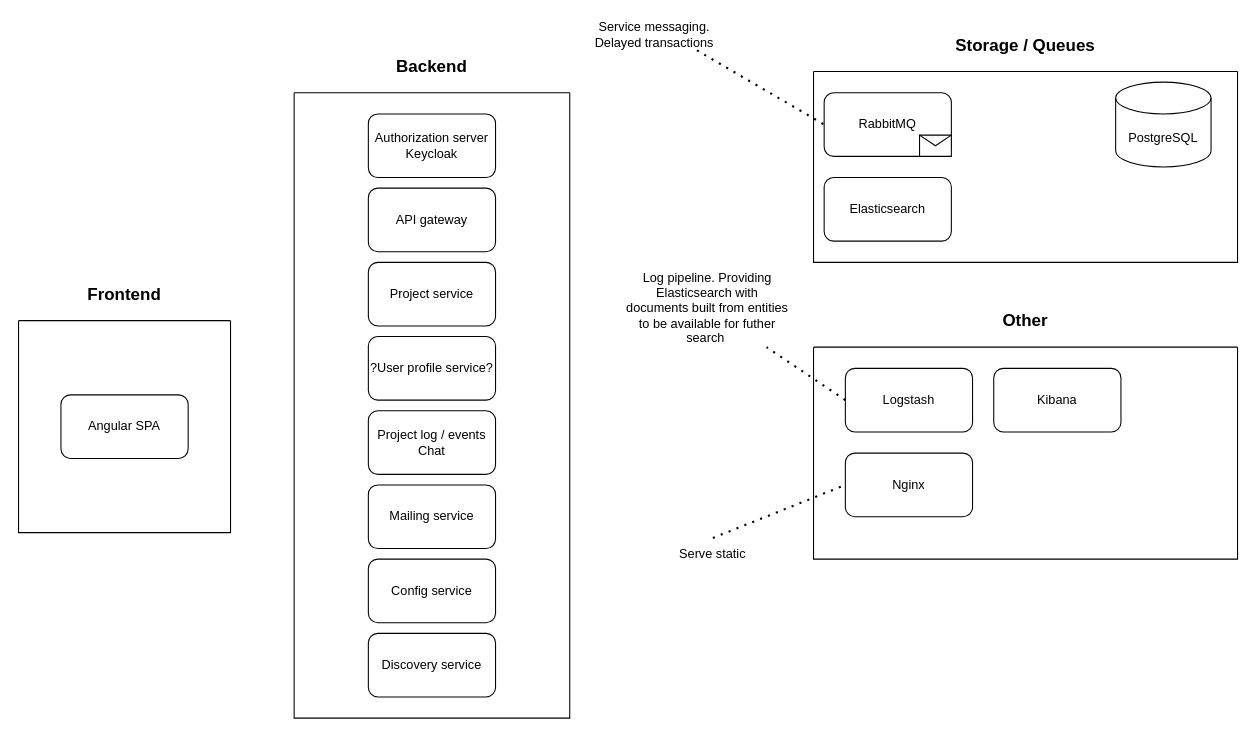
This is page "Tech stack" (2 of 7) of startup-team.drawio from wizewizzard/startup-team, a draw.io file, before an edit. Source tidied: cells renumbered, new cells numbered last; positions are measured from the earlier drawing's top-left corner, leaving out a move shared by most shapes. Both pictures are drawn from the tidied source at 106%, with x=0, y=0 at pixel (18, 18).
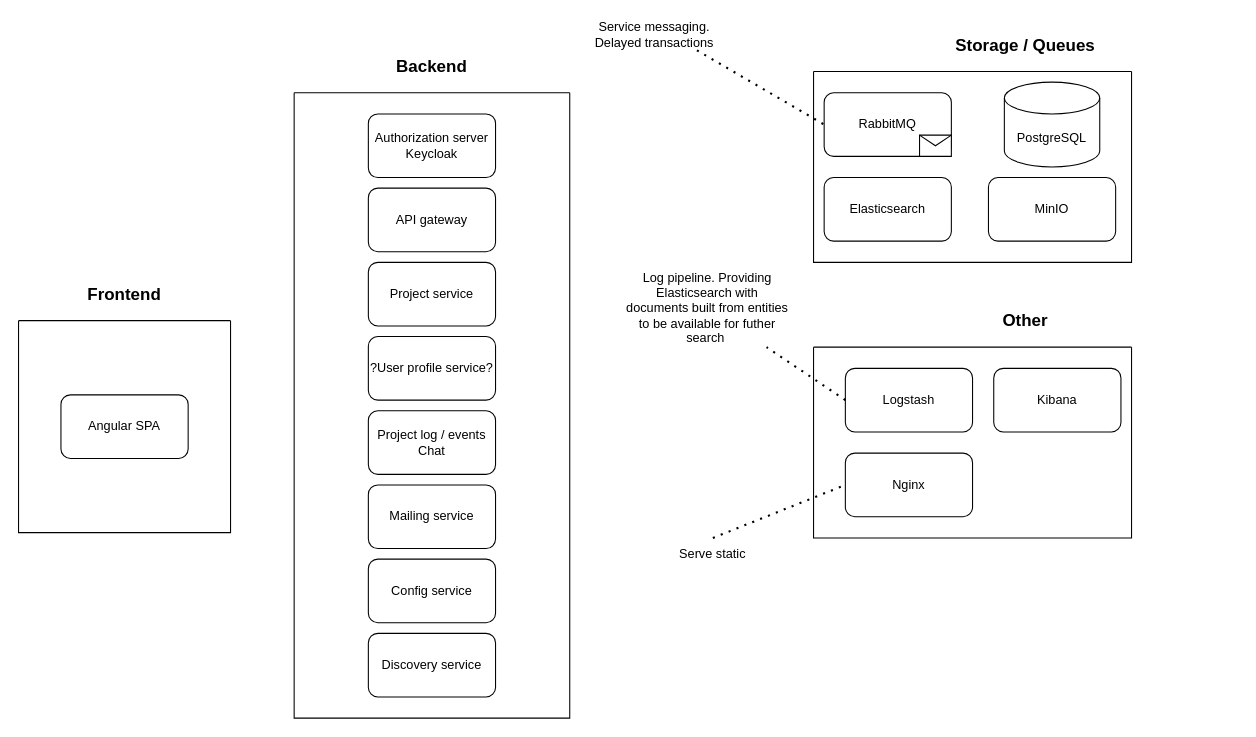
The same diagram, later.

The edit, as a diff of the source:
```diff
@@
     <mxCell id="15" style="swimlane;startSize=0;" parent="1" vertex="1">
-      <mxGeometry x="750" y="50" width="400" height="180" as="geometry" />
+      <mxGeometry x="750" y="50" width="300" height="180" as="geometry" />
     </mxCell>
@@
     <mxCell id="18" value="PostgreSQL" style="shape=cylinder3;whiteSpace=wrap;html=1;boundedLbl=1;backgroundOutline=1;size=15;" parent="15" vertex="1">
-      <mxGeometry x="285" y="10" width="90" height="80" as="geometry" />
+      <mxGeometry x="180" y="10" width="90" height="80" as="geometry" />
     </mxCell>
@@
+    <mxCell id="32" value="MinIO" style="rounded=1;whiteSpace=wrap;html=1;" parent="15" vertex="1">
+      <mxGeometry x="165" y="100" width="120" height="60" as="geometry" />
+    </mxCell>
@@
     <mxCell id="21" style="swimlane;startSize=0;" parent="1" vertex="1">
-      <mxGeometry x="750" y="310" width="400" height="200" as="geometry" />
+      <mxGeometry x="750" y="310" width="300" height="180" as="geometry" />
     </mxCell>
```
